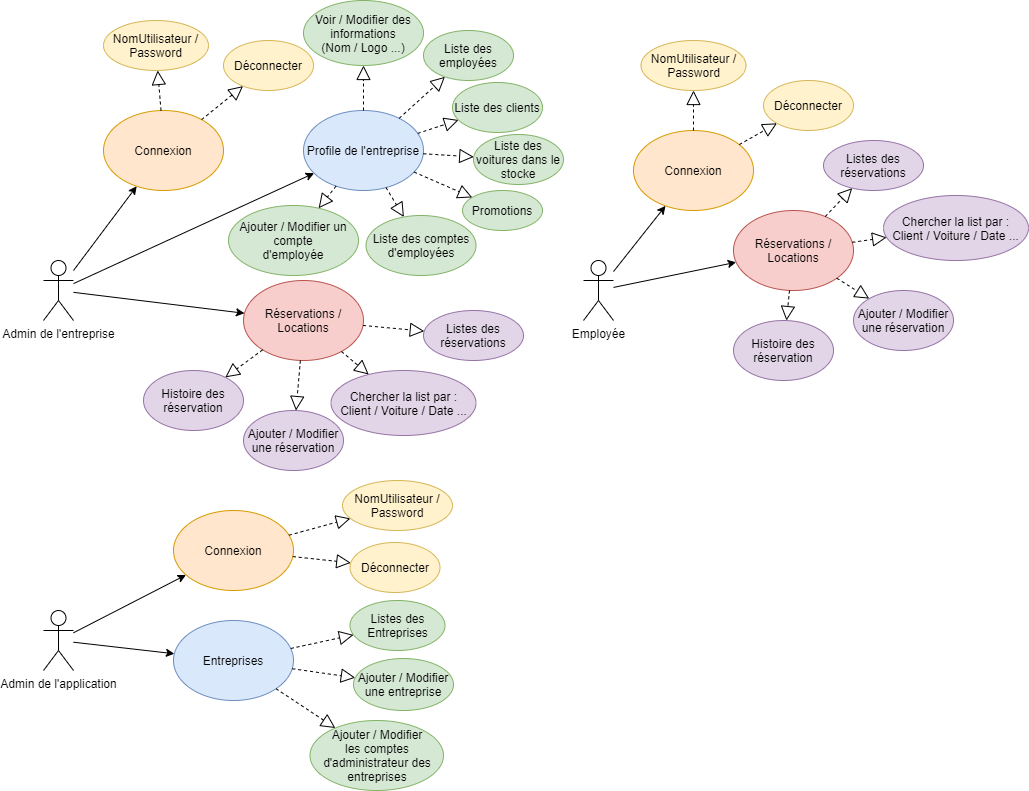
Before: diagrammes/cas d'utilisation.png, a diagram exported from draw.io (AnassEl3/gestionAgenceVoiture). Source tidied: cells renumbered, new cells last; positions are measured from the earlier drawing's top-left corner, leaving out a move shared by most shapes.
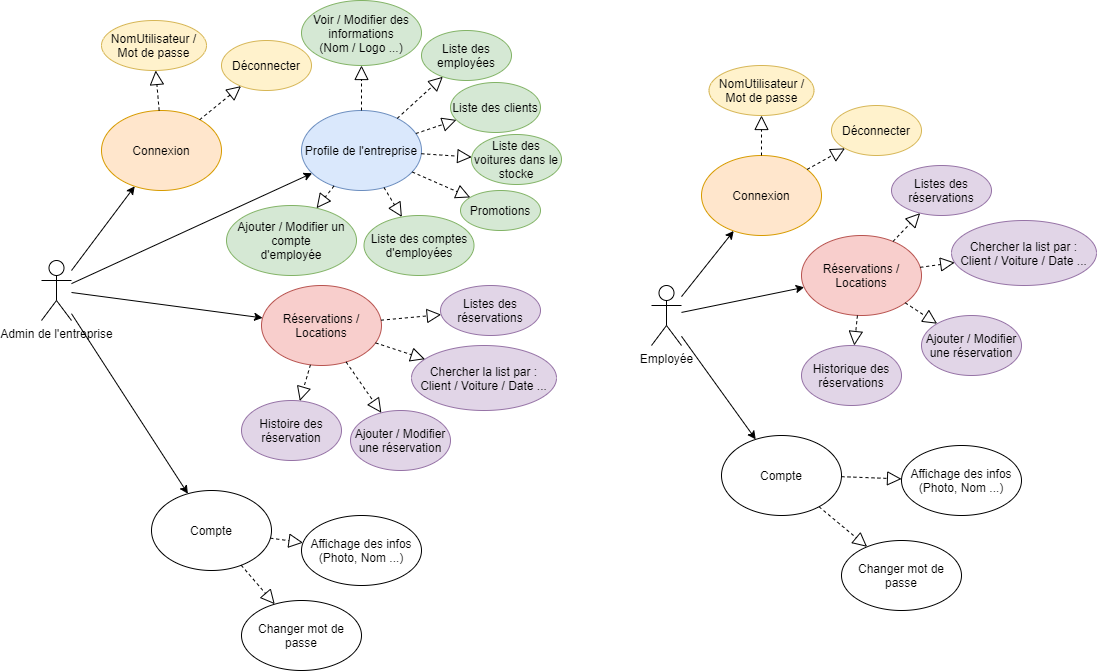
After the change.

What changed in the source:
```diff
@@ -5,9 +5,6 @@
     <mxCell id="2" value="Admin de l'entreprise" style="shape=umlActor;verticalLabelPosition=bottom;verticalAlign=top;html=1;outlineConnect=0;" parent="1" vertex="1">
       <mxGeometry y="260" width="30" height="60" as="geometry" />
     </mxCell>
-    <mxCell id="3" value="Admin de l'application" style="shape=umlActor;verticalLabelPosition=bottom;verticalAlign=top;html=1;outlineConnect=0;" parent="1" vertex="1">
-      <mxGeometry y="610" width="30" height="60" as="geometry" />
-    </mxCell>
     <mxCell id="4" value="Connexion" style="ellipse;whiteSpace=wrap;html=1;fillColor=#ffe6cc;strokeColor=#d79b00;" parent="1" vertex="1">
       <mxGeometry x="60" y="110" width="120" height="80" as="geometry" />
     </mxCell>
@@ -23,7 +20,7 @@
     <mxCell id="8" style="endArrow=block;dashed=1;endFill=0;endSize=12;html=1;rounded=0;" parent="1" edge="1" source="4" target="9">
       <mxGeometry relative="1" as="geometry" />
     </mxCell>
-    <mxCell id="9" value="NomUtilisateur / Password" style="ellipse;whiteSpace=wrap;html=1;fillColor=#fff2cc;strokeColor=#d6b656;" parent="1" vertex="1">
+    <mxCell id="9" value="NomUtilisateur / Mot de passe" style="ellipse;whiteSpace=wrap;html=1;fillColor=#fff2cc;strokeColor=#d6b656;" parent="1" vertex="1">
       <mxGeometry x="60" y="20" width="105" height="50" as="geometry" />
     </mxCell>
     <mxCell id="10" value="Déconnecter" style="ellipse;whiteSpace=wrap;html=1;fillColor=#fff2cc;strokeColor=#d6b656;" parent="1" vertex="1">
@@ -57,13 +54,13 @@
       <mxGeometry relative="1" as="geometry" />
     </mxCell>
     <mxCell id="20" value="Réservations / Locations" style="ellipse;whiteSpace=wrap;html=1;fillColor=#f8cecc;strokeColor=#b85450;" parent="1" vertex="1">
-      <mxGeometry x="200" y="280" width="120" height="80" as="geometry" />
+      <mxGeometry x="220" y="285" width="120" height="80" as="geometry" />
     </mxCell>
     <mxCell id="21" style="endArrow=classic;html=1;rounded=0;" parent="1" edge="1" source="2" target="20">
       <mxGeometry relative="1" as="geometry" />
     </mxCell>
     <mxCell id="22" value="Listes des réservations" style="ellipse;whiteSpace=wrap;html=1;fillColor=#e1d5e7;strokeColor=#9673a6;" parent="1" vertex="1">
-      <mxGeometry x="380" y="310" width="100" height="50" as="geometry" />
+      <mxGeometry x="399" y="285" width="100" height="50" as="geometry" />
     </mxCell>
     <mxCell id="23" style="endArrow=block;dashed=1;endFill=0;endSize=12;html=1;rounded=0;" parent="1" edge="1" source="20" target="22">
       <mxGeometry relative="1" as="geometry" />
@@ -75,61 +72,19 @@
       <mxGeometry relative="1" as="geometry" />
     </mxCell>
     <mxCell id="26" value="Ajouter / Modifier une réservation" style="ellipse;whiteSpace=wrap;html=1;fillColor=#e1d5e7;strokeColor=#9673a6;" parent="1" vertex="1">
-      <mxGeometry x="200" y="410" width="100" height="60" as="geometry" />
+      <mxGeometry x="309" y="410" width="100" height="60" as="geometry" />
     </mxCell>
     <mxCell id="27" style="endArrow=block;dashed=1;endFill=0;endSize=12;html=1;rounded=0;" parent="1" edge="1" source="20" target="26">
       <mxGeometry relative="1" as="geometry" />
     </mxCell>
     <mxCell id="28" value="Chercher la list par :&lt;br&gt;Client / Voiture / Date ..." style="ellipse;whiteSpace=wrap;html=1;fillColor=#e1d5e7;strokeColor=#9673a6;" parent="1" vertex="1">
-      <mxGeometry x="287.5" y="370" width="145" height="65" as="geometry" />
+      <mxGeometry x="370" y="345" width="145" height="65" as="geometry" />
     </mxCell>
     <mxCell id="29" style="endArrow=block;dashed=1;endFill=0;endSize=12;html=1;rounded=0;" parent="1" edge="1" source="20" target="28">
       <mxGeometry relative="1" as="geometry" />
     </mxCell>
-    <mxCell id="30" value="Connexion" style="ellipse;whiteSpace=wrap;html=1;fillColor=#ffe6cc;strokeColor=#d79b00;" parent="1" vertex="1">
-      <mxGeometry x="130" y="510" width="120" height="80" as="geometry" />
-    </mxCell>
-    <mxCell id="31" style="endArrow=classic;html=1;rounded=0;" parent="1" edge="1" source="3" target="30">
-      <mxGeometry relative="1" as="geometry" />
-    </mxCell>
-    <mxCell id="32" style="endArrow=block;dashed=1;endFill=0;endSize=12;html=1;rounded=0;" parent="1" edge="1" source="30" target="33">
-      <mxGeometry relative="1" as="geometry" />
-    </mxCell>
-    <mxCell id="33" value="NomUtilisateur&amp;nbsp;/ Password" style="ellipse;whiteSpace=wrap;html=1;fillColor=#fff2cc;strokeColor=#d6b656;" parent="1" vertex="1">
-      <mxGeometry x="299" y="480" width="110" height="50" as="geometry" />
-    </mxCell>
-    <mxCell id="34" value="Déconnecter" style="ellipse;whiteSpace=wrap;html=1;fillColor=#fff2cc;strokeColor=#d6b656;" parent="1" vertex="1">
-      <mxGeometry x="306.5" y="542" width="90" height="50" as="geometry" />
-    </mxCell>
-    <mxCell id="35" style="endArrow=block;dashed=1;endFill=0;endSize=12;html=1;rounded=0;" parent="1" edge="1" source="30" target="34">
-      <mxGeometry relative="1" as="geometry" />
-    </mxCell>
-    <mxCell id="36" value="Entreprises" style="ellipse;whiteSpace=wrap;html=1;fillColor=#dae8fc;strokeColor=#6c8ebf;" parent="1" vertex="1">
-      <mxGeometry x="130" y="620" width="120" height="80" as="geometry" />
-    </mxCell>
-    <mxCell id="37" style="endArrow=classic;html=1;rounded=0;" parent="1" edge="1" source="3" target="36">
-      <mxGeometry relative="1" as="geometry" />
-    </mxCell>
-    <mxCell id="38" value="Listes des Entreprises" style="ellipse;whiteSpace=wrap;html=1;fillColor=#d5e8d4;strokeColor=#82b366;" parent="1" vertex="1">
-      <mxGeometry x="306.5" y="600" width="95" height="50" as="geometry" />
-    </mxCell>
-    <mxCell id="39" style="endArrow=block;dashed=1;endFill=0;endSize=12;html=1;rounded=0;" parent="1" edge="1" source="36" target="38">
-      <mxGeometry relative="1" as="geometry" />
-    </mxCell>
-    <mxCell id="40" value="Ajouter / Modifier une entreprise" style="ellipse;whiteSpace=wrap;html=1;fillColor=#d5e8d4;strokeColor=#82b366;" parent="1" vertex="1">
-      <mxGeometry x="310" y="658" width="100" height="52" as="geometry" />
-    </mxCell>
-    <mxCell id="41" style="endArrow=block;dashed=1;endFill=0;endSize=12;html=1;rounded=0;" parent="1" edge="1" source="36" target="40">
-      <mxGeometry relative="1" as="geometry" />
-    </mxCell>
-    <mxCell id="42" value="Ajouter / Modifier&lt;br&gt;les comptes d'administrateur des entreprises" style="ellipse;whiteSpace=wrap;html=1;fillColor=#d5e8d4;strokeColor=#82b366;" parent="1" vertex="1">
-      <mxGeometry x="266.5" y="720" width="133.5" height="70" as="geometry" />
-    </mxCell>
-    <mxCell id="43" style="endArrow=block;dashed=1;endFill=0;endSize=12;html=1;rounded=0;" parent="1" edge="1" source="36" target="42">
-      <mxGeometry relative="1" as="geometry" />
-    </mxCell>
     <mxCell id="44" value="Histoire des réservation" style="ellipse;whiteSpace=wrap;html=1;fillColor=#e1d5e7;strokeColor=#9673a6;" parent="1" vertex="1">
-      <mxGeometry x="100" y="370" width="100" height="60" as="geometry" />
+      <mxGeometry x="200" y="400" width="100" height="60" as="geometry" />
     </mxCell>
     <mxCell id="45" style="endArrow=block;dashed=1;endFill=0;endSize=12;html=1;rounded=0;" parent="1" edge="1" source="20" target="44">
       <mxGeometry relative="1" as="geometry" />
@@ -141,10 +96,10 @@
       <mxGeometry relative="1" as="geometry" />
     </mxCell>
     <mxCell id="48" value="Employée" style="shape=umlActor;verticalLabelPosition=bottom;verticalAlign=top;html=1;outlineConnect=0;" parent="1" vertex="1">
-      <mxGeometry x="540" y="260" width="30" height="60" as="geometry" />
+      <mxGeometry x="610" y="285" width="30" height="60" as="geometry" />
     </mxCell>
     <mxCell id="49" value="Connexion" style="ellipse;whiteSpace=wrap;html=1;fillColor=#ffe6cc;strokeColor=#d79b00;" parent="1" vertex="1">
-      <mxGeometry x="590" y="130" width="120" height="80" as="geometry" />
+      <mxGeometry x="660" y="155" width="120" height="80" as="geometry" />
     </mxCell>
     <mxCell id="50" style="endArrow=classic;html=1;rounded=0;" parent="1" edge="1" source="48" target="49">
       <mxGeometry relative="1" as="geometry" />
@@ -152,80 +107,86 @@
     <mxCell id="51" style="endArrow=block;dashed=1;endFill=0;endSize=12;html=1;rounded=0;" parent="1" edge="1" source="49" target="52">
       <mxGeometry relative="1" as="geometry" />
     </mxCell>
-    <mxCell id="52" value="NomUtilisateur / Password" style="ellipse;whiteSpace=wrap;html=1;fillColor=#fff2cc;strokeColor=#d6b656;" parent="1" vertex="1">
-      <mxGeometry x="597.5" y="40" width="105" height="50" as="geometry" />
+    <mxCell id="52" value="NomUtilisateur / Mot de passe" style="ellipse;whiteSpace=wrap;html=1;fillColor=#fff2cc;strokeColor=#d6b656;" parent="1" vertex="1">
+      <mxGeometry x="667.5" y="65" width="105" height="50" as="geometry" />
     </mxCell>
     <mxCell id="53" value="Déconnecter" style="ellipse;whiteSpace=wrap;html=1;fillColor=#fff2cc;strokeColor=#d6b656;" parent="1" vertex="1">
-      <mxGeometry x="720" y="80" width="90" height="50" as="geometry" />
+      <mxGeometry x="790" y="105" width="90" height="50" as="geometry" />
     </mxCell>
     <mxCell id="54" style="endArrow=block;dashed=1;endFill=0;endSize=12;html=1;rounded=0;" parent="1" edge="1" source="49" target="53">
       <mxGeometry relative="1" as="geometry" />
     </mxCell>
-    <mxCell id="55" style="endArrow=block;dashed=1;endFill=0;endSize=12;html=1;rounded=0;" parent="1" edge="1" target="x">
-      <mxGeometry relative="1" as="geometry">
-        <mxPoint x="868.4" y="110.4" as="sourcePoint" />
-      </mxGeometry>
-    </mxCell>
-    <mxCell id="56" style="endArrow=block;dashed=1;endFill=0;endSize=12;html=1;rounded=0;" parent="1" edge="1" target="x">
-      <mxGeometry relative="1" as="geometry">
-        <mxPoint x="905.6" y="124" as="sourcePoint" />
-      </mxGeometry>
-    </mxCell>
-    <mxCell id="57" style="endArrow=block;dashed=1;endFill=0;endSize=12;html=1;rounded=0;" parent="1" edge="1" target="x">
-      <mxGeometry relative="1" as="geometry">
-        <mxPoint x="919.3" y="144.1" as="sourcePoint" />
-      </mxGeometry>
-    </mxCell>
-    <mxCell id="58" style="endArrow=block;dashed=1;endFill=0;endSize=12;html=1;rounded=0;" parent="1" edge="1" target="x">
-      <mxGeometry relative="1" as="geometry">
-        <mxPoint x="913.7" y="167.9" as="sourcePoint" />
-      </mxGeometry>
-    </mxCell>
     <mxCell id="59" value="Réservations / Locations" style="ellipse;whiteSpace=wrap;html=1;fillColor=#f8cecc;strokeColor=#b85450;" parent="1" vertex="1">
-      <mxGeometry x="690" y="210" width="120" height="80" as="geometry" />
+      <mxGeometry x="760" y="235" width="120" height="80" as="geometry" />
     </mxCell>
     <mxCell id="60" style="endArrow=classic;html=1;rounded=0;" parent="1" edge="1" source="48" target="59">
       <mxGeometry relative="1" as="geometry" />
     </mxCell>
     <mxCell id="61" value="Listes des réservations" style="ellipse;whiteSpace=wrap;html=1;fillColor=#e1d5e7;strokeColor=#9673a6;" parent="1" vertex="1">
-      <mxGeometry x="780" y="140" width="100" height="50" as="geometry" />
+      <mxGeometry x="850" y="165" width="100" height="50" as="geometry" />
     </mxCell>
     <mxCell id="62" style="endArrow=block;dashed=1;endFill=0;endSize=12;html=1;rounded=0;" parent="1" edge="1" source="59" target="61">
       <mxGeometry relative="1" as="geometry" />
     </mxCell>
-    <mxCell id="63" style="endArrow=block;dashed=1;endFill=0;endSize=12;html=1;rounded=0;" parent="1" edge="1" target="x">
-      <mxGeometry relative="1" as="geometry">
-        <mxPoint x="886.5" y="185.9" as="sourcePoint" />
-      </mxGeometry>
-    </mxCell>
     <mxCell id="64" value="Ajouter / Modifier une réservation" style="ellipse;whiteSpace=wrap;html=1;fillColor=#e1d5e7;strokeColor=#9673a6;" parent="1" vertex="1">
-      <mxGeometry x="810" y="290" width="100" height="60" as="geometry" />
+      <mxGeometry x="880" y="315" width="100" height="60" as="geometry" />
     </mxCell>
     <mxCell id="65" style="endArrow=block;dashed=1;endFill=0;endSize=12;html=1;rounded=0;" parent="1" edge="1" source="59" target="64">
       <mxGeometry relative="1" as="geometry" />
     </mxCell>
     <mxCell id="66" value="Chercher la list par :&lt;br&gt;Client / Voiture / Date ..." style="ellipse;whiteSpace=wrap;html=1;fillColor=#e1d5e7;strokeColor=#9673a6;" parent="1" vertex="1">
-      <mxGeometry x="840" y="195" width="145" height="65" as="geometry" />
+      <mxGeometry x="910" y="220" width="145" height="65" as="geometry" />
     </mxCell>
     <mxCell id="67" style="endArrow=block;dashed=1;endFill=0;endSize=12;html=1;rounded=0;" parent="1" edge="1" source="59" target="66">
       <mxGeometry relative="1" as="geometry" />
     </mxCell>
-    <mxCell id="68" value="Histoire des réservation" style="ellipse;whiteSpace=wrap;html=1;fillColor=#e1d5e7;strokeColor=#9673a6;" parent="1" vertex="1">
-      <mxGeometry x="690" y="320" width="100" height="60" as="geometry" />
+    <mxCell id="68" value="Historique des réservations" style="ellipse;whiteSpace=wrap;html=1;fillColor=#e1d5e7;strokeColor=#9673a6;" parent="1" vertex="1">
+      <mxGeometry x="760" y="345" width="100" height="60" as="geometry" />
     </mxCell>
     <mxCell id="69" style="endArrow=block;dashed=1;endFill=0;endSize=12;html=1;rounded=0;" parent="1" edge="1" source="59" target="68">
       <mxGeometry relative="1" as="geometry" />
     </mxCell>
-    <mxCell id="70" style="endArrow=block;dashed=1;endFill=0;endSize=12;html=1;rounded=0;" parent="1" edge="1" target="x">
-      <mxGeometry relative="1" as="geometry">
-        <mxPoint x="844.5" y="188.6" as="sourcePoint" />
-      </mxGeometry>
-    </mxCell>
     <mxCell id="71" value="Ajouter / Modifier un compte&lt;br&gt;d'employée" style="ellipse;whiteSpace=wrap;html=1;fillColor=#d5e8d4;strokeColor=#82b366;" parent="1" vertex="1">
       <mxGeometry x="185" y="205" width="130" height="70" as="geometry" />
     </mxCell>
     <mxCell id="72" style="endArrow=block;dashed=1;endFill=0;endSize=12;html=1;rounded=0;" parent="1" edge="1" source="5" target="71">
       <mxGeometry relative="1" as="geometry" />
     </mxCell>
+    <mxCell id="73" value="Compte" style="ellipse;whiteSpace=wrap;html=1;" parent="1" vertex="1">
+      <mxGeometry x="110" y="490" width="120" height="80" as="geometry" />
+    </mxCell>
+    <mxCell id="74" style="endArrow=classic;html=1;rounded=0;" parent="1" edge="1" source="2" target="73">
+      <mxGeometry relative="1" as="geometry" />
+    </mxCell>
+    <mxCell id="75" value="Affichage des infos&lt;br&gt;(Photo, Nom ...)" style="ellipse;whiteSpace=wrap;html=1;" parent="1" vertex="1">
+      <mxGeometry x="260" y="515" width="120" height="70" as="geometry" />
+    </mxCell>
+    <mxCell id="76" style="endArrow=block;dashed=1;endFill=0;endSize=12;html=1;rounded=0;" parent="1" edge="1" source="73" target="75">
+      <mxGeometry relative="1" as="geometry" />
+    </mxCell>
+    <mxCell id="77" value="Changer mot de passe" style="ellipse;whiteSpace=wrap;html=1;" parent="1" vertex="1">
+      <mxGeometry x="200" y="600" width="120" height="70" as="geometry" />
+    </mxCell>
+    <mxCell id="78" style="endArrow=block;dashed=1;endFill=0;endSize=12;html=1;rounded=0;" parent="1" edge="1" source="73" target="77">
+      <mxGeometry relative="1" as="geometry" />
+    </mxCell>
+    <mxCell id="79" value="Compte" style="ellipse;whiteSpace=wrap;html=1;" parent="1" vertex="1">
+      <mxGeometry x="680" y="435" width="120" height="80" as="geometry" />
+    </mxCell>
+    <mxCell id="80" value="Affichage des infos&lt;br&gt;(Photo, Nom ...)" style="ellipse;whiteSpace=wrap;html=1;" parent="1" vertex="1">
+      <mxGeometry x="860" y="445" width="120" height="70" as="geometry" />
+    </mxCell>
+    <mxCell id="81" value="Changer mot de passe" style="ellipse;whiteSpace=wrap;html=1;" parent="1" vertex="1">
+      <mxGeometry x="800" y="540" width="120" height="70" as="geometry" />
+    </mxCell>
+    <mxCell id="82" style="endArrow=classic;html=1;rounded=0;" parent="1" edge="1" source="48" target="79">
+      <mxGeometry relative="1" as="geometry" />
+    </mxCell>
+    <mxCell id="83" style="endArrow=block;dashed=1;endFill=0;endSize=12;html=1;rounded=0;" parent="1" edge="1" source="79" target="80">
+      <mxGeometry relative="1" as="geometry" />
+    </mxCell>
+    <mxCell id="84" style="endArrow=block;dashed=1;endFill=0;endSize=12;html=1;rounded=0;" parent="1" edge="1" source="79" target="81">
+      <mxGeometry relative="1" as="geometry" />
+    </mxCell>
   </root>
 </mxGraphModel>
```
